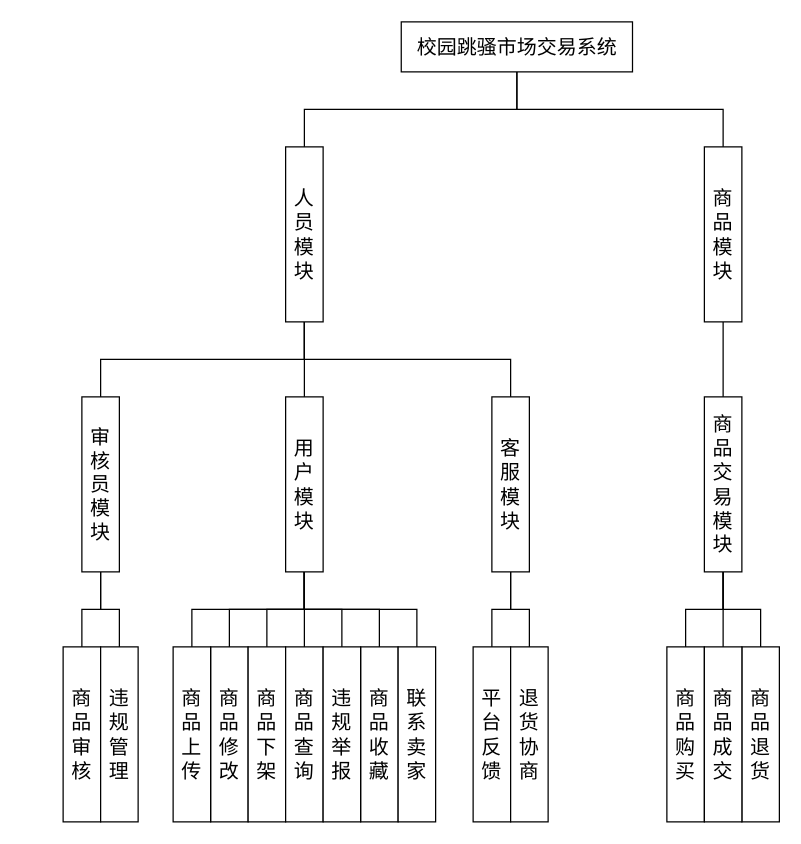
The draw.io diagram 系统框图.drawio in 200928/image, before the edit. Source tidied: cells renumbered, new cells numbered last; positions are measured from the earlier drawing's top-left corner, leaving out a move shared by most shapes. Both pictures are drawn from the tidied source at 125%, with x=0, y=0 at pixel (62, 21).
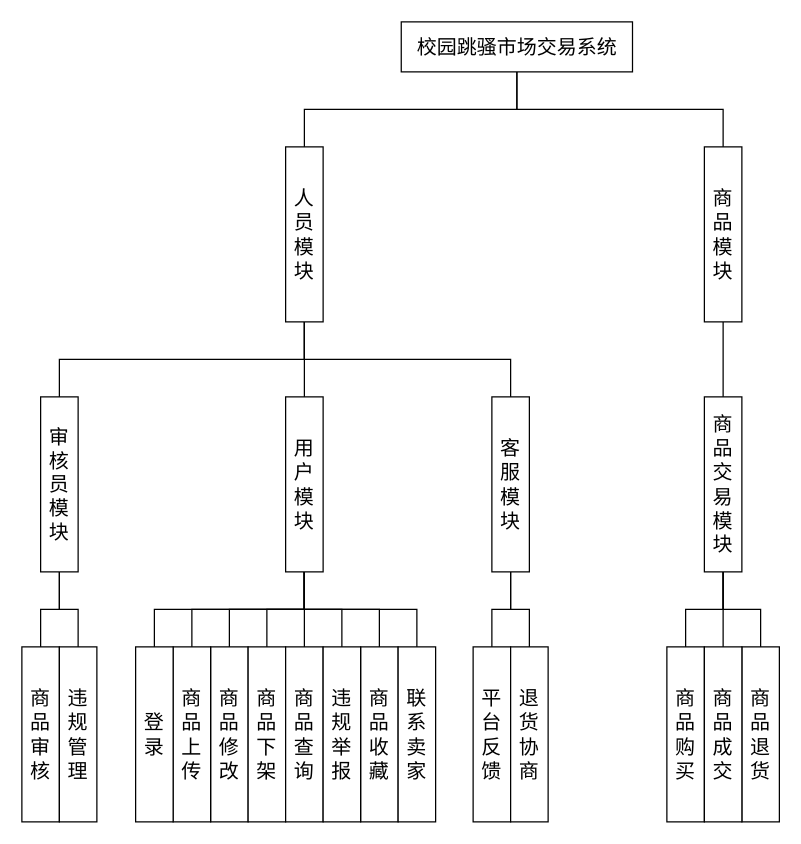
The same page after the edit.

Commit message:
更新系统框图.drawio

The change refers to these unchanged cells:
```xml
<mxCell id="17" value="用户模块" style="rounded=0;whiteSpace=wrap;html=1;fontSize=16;" parent="1" vertex="1">
  <mxGeometry x="178" y="300" width="30" height="140" as="geometry" />
</mxCell>
```

The edit, as a diff of the source:
```diff
@@
     <mxCell id="20" value="审核员模块" style="rounded=0;whiteSpace=wrap;html=1;fontSize=16;" parent="1" vertex="1">
-      <mxGeometry x="15" y="300" width="30" height="140" as="geometry" />
+      <mxGeometry x="-18" y="300" width="30" height="140" as="geometry" />
     </mxCell>
     <mxCell id="21" value="商品审核" style="rounded=0;whiteSpace=wrap;html=1;fontSize=16;" parent="1" vertex="1">
-      <mxGeometry y="500" width="30" height="140" as="geometry" />
+      <mxGeometry x="-33" y="500" width="30" height="140" as="geometry" />
     </mxCell>
@@
     <mxCell id="33" value="违规管理" style="rounded=0;whiteSpace=wrap;html=1;fontSize=16;" parent="1" vertex="1">
-      <mxGeometry x="30" y="500" width="30" height="140" as="geometry" />
+      <mxGeometry x="-3" y="500" width="30" height="140" as="geometry" />
     </mxCell>
@@
+    <mxCell id="43" style="edgeStyle=orthogonalEdgeStyle;rounded=0;jettySize=auto;html=1;exitX=0.5;exitY=0;exitDx=0;exitDy=0;entryX=0.5;entryY=1;entryDx=0;entryDy=0;endArrow=none;endFill=0;" parent="1" edge="1" source="44" target="17">
+      <mxGeometry relative="1" as="geometry" />
+    </mxCell>
+    <mxCell id="44" value="登录" style="rounded=0;whiteSpace=wrap;html=1;fontSize=16;" parent="1" vertex="1">
+      <mxGeometry x="58" y="500" width="30" height="140" as="geometry" />
+    </mxCell>
```
